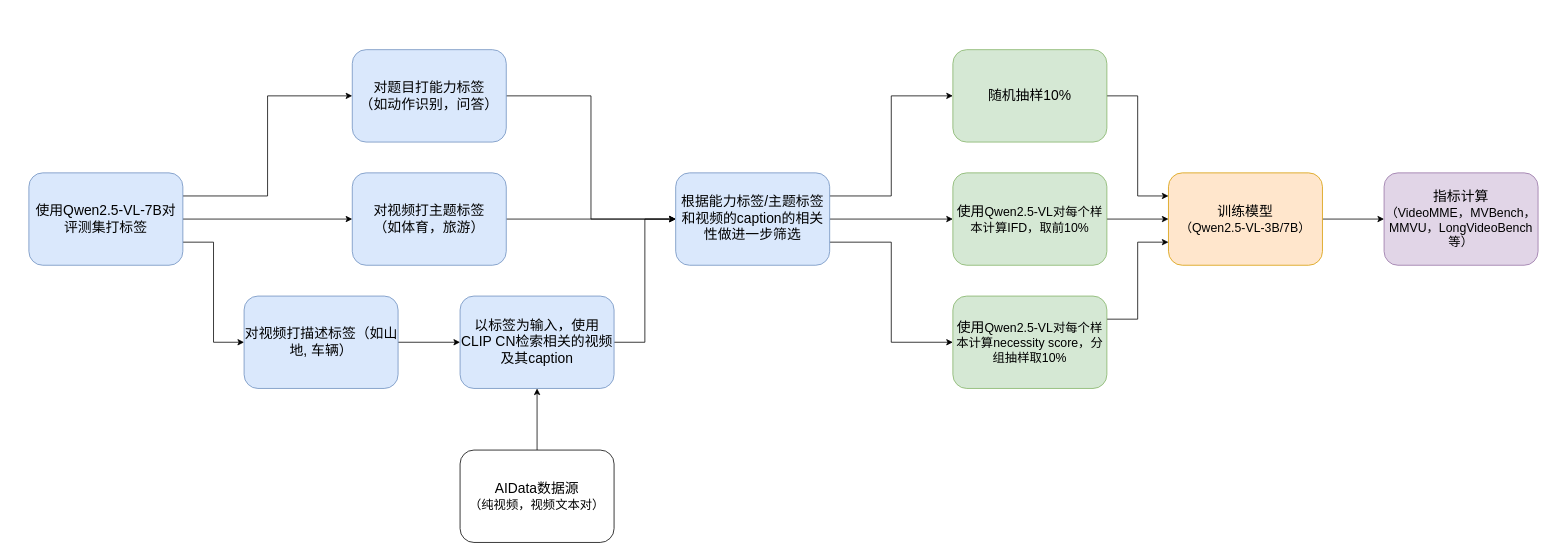
Earlier version of the draw.io diagram 大模型数据选择与训练评测流程.drawio (jiashenggu/ai_in_bio). Source tidied: cells renumbered, new cells numbered last; positions are measured from the earlier drawing's top-left corner, leaving out a move shared by most shapes. Both pictures are drawn from the tidied source at 77%, with x=0, y=0 at pixel (28, 49).
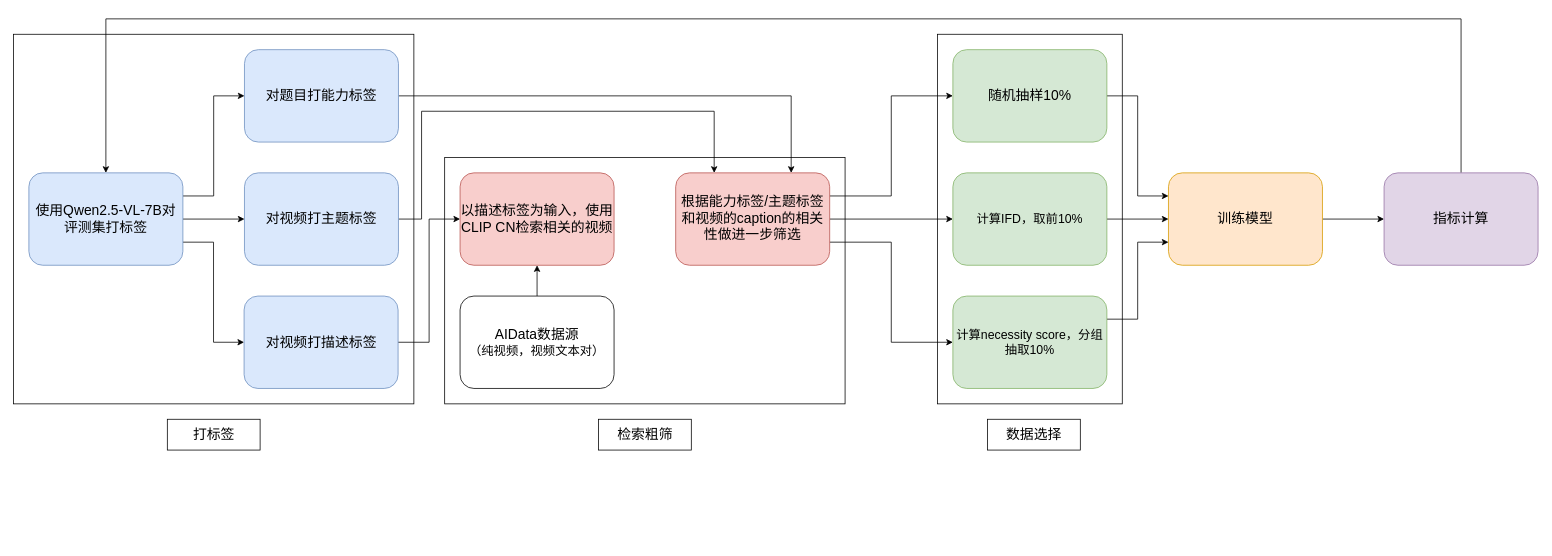
The same page after the edit.

Commit message:
更新大模型数据选择与训练评测流程.drawio

The change refers to these unchanged cells:
```xml
<mxCell id="22" value="&lt;font style=&quot;font-size: 18px;&quot;&gt;使用&lt;span style=&quot;color: light-dark(rgb(0, 0, 0), rgb(255, 255, 255)); background-color: transparent; text-align: left;&quot;&gt;Qwen2.5-VL-7B对评测集打标签&lt;/span&gt;&lt;/font&gt;" style="rounded=1;whiteSpace=wrap;html=1;fillColor=#dae8fc;strokeColor=#6c8ebf;" parent="1" vertex="1">
  <mxGeometry y="160" width="200" height="120" as="geometry" />
</mxCell>
```

What changed in the source:
```diff
@@
+    <mxCell id="29" style="rounded=0;whiteSpace=wrap;html=1;" parent="1" vertex="1">
+      <mxGeometry x="1180" y="-20" width="240" height="480" as="geometry" />
+    </mxCell>
+    <mxCell id="30" style="rounded=0;whiteSpace=wrap;html=1;" parent="1" vertex="1">
+      <mxGeometry x="540" y="140" width="520" height="320" as="geometry" />
+    </mxCell>
+    <mxCell id="31" style="rounded=0;whiteSpace=wrap;html=1;" parent="1" vertex="1">
+      <mxGeometry x="-20" y="-20" width="520" height="480" as="geometry" />
+    </mxCell>
@@
     <mxCell id="3" value="&lt;font style=&quot;font-size: 18px;&quot;&gt;AIData数据源&lt;/font&gt;&lt;div&gt;&lt;font size=&quot;3&quot;&gt;（纯视频，视频文本对）&lt;/font&gt;&lt;/div&gt;" style="rounded=1;whiteSpace=wrap;html=1;" parent="1" vertex="1">
-      <mxGeometry x="560" y="520" width="200" height="120" as="geometry" />
+      <mxGeometry x="560" y="320" width="200" height="120" as="geometry" />
     </mxCell>
@@
-    <mxCell id="5" value="&lt;span style=&quot;font-size: 18px;&quot;&gt;使用&lt;/span&gt;&lt;span style=&quot;font-size: medium;&quot;&gt;Qwen2.5-VL对每个样本计算IFD，取前10%&lt;/span&gt;" style="rounded=1;whiteSpace=wrap;html=1;fillColor=#d5e8d4;strokeColor=#82b366;" parent="1" vertex="1">
+    <mxCell id="5" value="&lt;span style=&quot;font-size: medium;&quot;&gt;计算IFD，取前10%&lt;/span&gt;" style="rounded=1;whiteSpace=wrap;html=1;fillColor=#d5e8d4;strokeColor=#82b366;" parent="1" vertex="1">
       <mxGeometry x="1200" y="160" width="200" height="120" as="geometry" />
     </mxCell>
@@
-    <mxCell id="7" value="&lt;font style=&quot;font-size: 18px;&quot;&gt;训练模型&lt;/font&gt;&lt;div&gt;&lt;font size=&quot;3&quot; style=&quot;&quot;&gt;（Qwen2.5-VL-3B/7B）&lt;/font&gt;&lt;/div&gt;" style="rounded=1;whiteSpace=wrap;html=1;fillColor=#ffe6cc;strokeColor=#d79b00;" parent="1" vertex="1">
+    <mxCell id="7" value="&lt;font style=&quot;font-size: 18px;&quot;&gt;训练模型&lt;/font&gt;" style="rounded=1;whiteSpace=wrap;html=1;fillColor=#ffe6cc;strokeColor=#d79b00;" parent="1" vertex="1">
       <mxGeometry x="1480" y="160" width="200" height="120" as="geometry" />
     </mxCell>
+    <mxCell id="32" style="edgeStyle=orthogonalEdgeStyle;rounded=0;jettySize=auto;html=1;entryX=0.5;entryY=0;entryDx=0;entryDy=0;exitX=0.5;exitY=0;exitDx=0;exitDy=0;" parent="1" edge="1" source="8" target="22">
+      <mxGeometry relative="1" as="geometry">
+        <Array as="points">
+          <mxPoint x="1860" y="-40" />
+          <mxPoint x="100" y="-40" />
+        </Array>
+      </mxGeometry>
+    </mxCell>
-    <mxCell id="8" value="&lt;font style=&quot;font-size: 18px;&quot;&gt;指标计算&lt;/font&gt;&lt;div&gt;&lt;font size=&quot;3&quot; style=&quot;&quot;&gt;（VideoMME，MVBench，MMVU，LongVideoBench等）&lt;/font&gt;&lt;/div&gt;" style="rounded=1;whiteSpace=wrap;html=1;fillColor=#e1d5e7;strokeColor=#9673a6;" parent="1" vertex="1">
+    <mxCell id="8" value="&lt;font style=&quot;font-size: 18px;&quot;&gt;指标计算&lt;/font&gt;" style="rounded=1;whiteSpace=wrap;html=1;fillColor=#e1d5e7;strokeColor=#9673a6;" parent="1" vertex="1">
       <mxGeometry x="1760" y="160" width="200" height="120" as="geometry" />
     </mxCell>
-    <mxCell id="9" style="edgeStyle=orthogonalEdgeStyle;rounded=0;jettySize=auto;html=1;entryX=0;entryY=0.5;entryDx=0;entryDy=0;" parent="1" edge="1" source="10" target="14">
-      <mxGeometry relative="1" as="geometry" />
-    </mxCell>
-    <mxCell id="10" value="&lt;div&gt;&lt;span style=&quot;font-size: 18px;&quot;&gt;以标签为输入，&lt;/span&gt;&lt;span style=&quot;font-size: 18px;&quot;&gt;使用CLIP CN检索相关的视频及其caption&lt;/span&gt;&lt;/div&gt;" style="rounded=1;whiteSpace=wrap;html=1;fillColor=#dae8fc;strokeColor=#6c8ebf;" parent="1" vertex="1">
-      <mxGeometry x="560" y="320" width="200" height="120" as="geometry" />
+    <mxCell id="10" value="&lt;div&gt;&lt;span style=&quot;font-size: 18px;&quot;&gt;以描述标签为输入，&lt;/span&gt;&lt;span style=&quot;font-size: 18px;&quot;&gt;使用CLIP CN检索相关的视频&lt;/span&gt;&lt;/div&gt;" style="rounded=1;whiteSpace=wrap;html=1;fillColor=#f8cecc;strokeColor=#b85450;" parent="1" vertex="1">
+      <mxGeometry x="560" y="160" width="200" height="120" as="geometry" />
     </mxCell>
@@
-    <mxCell id="14" value="&lt;span style=&quot;font-size: 18px;&quot;&gt;根据能力标签/主题标签和视频的caption的相关性做进一步筛选&lt;/span&gt;" style="rounded=1;whiteSpace=wrap;html=1;fillColor=#dae8fc;strokeColor=#6c8ebf;" parent="1" vertex="1">
+    <mxCell id="14" value="&lt;span style=&quot;font-size: 18px;&quot;&gt;根据能力标签/主题标签和视频的caption的相关性做进一步筛选&lt;/span&gt;" style="rounded=1;whiteSpace=wrap;html=1;fillColor=#f8cecc;strokeColor=#b85450;" parent="1" vertex="1">
       <mxGeometry x="840" y="160" width="200" height="120" as="geometry" />
     </mxCell>
@@
-    <mxCell id="16" value="&lt;span style=&quot;font-size: 18px;&quot;&gt;使用&lt;/span&gt;&lt;span style=&quot;font-size: medium;&quot;&gt;Qwen2.5-VL对每个样本计算necessity score，分组抽样取10%&lt;/span&gt;" style="rounded=1;whiteSpace=wrap;html=1;fillColor=#d5e8d4;strokeColor=#82b366;" parent="1" vertex="1">
+    <mxCell id="16" value="&lt;span style=&quot;font-size: medium;&quot;&gt;计算necessity score，分组抽取10%&lt;/span&gt;" style="rounded=1;whiteSpace=wrap;html=1;fillColor=#d5e8d4;strokeColor=#82b366;" parent="1" vertex="1">
       <mxGeometry x="1200" y="320" width="200" height="120" as="geometry" />
     </mxCell>
@@
-    <mxCell id="24" value="&lt;font style=&quot;font-size: 18px;&quot;&gt;对视频打&lt;span style=&quot;text-align: left; background-color: transparent; color: light-dark(rgb(0, 0, 0), rgb(255, 255, 255));&quot;&gt;描述标签（如山地, 车辆）&lt;/span&gt;&lt;/font&gt;" style="rounded=1;whiteSpace=wrap;html=1;fillColor=#dae8fc;strokeColor=#6c8ebf;" parent="1" vertex="1">
+    <mxCell id="24" value="&lt;font style=&quot;font-size: 18px;&quot;&gt;对视频打&lt;span style=&quot;text-align: left; background-color: transparent; color: light-dark(rgb(0, 0, 0), rgb(255, 255, 255));&quot;&gt;描述标签&lt;/span&gt;&lt;/font&gt;" style="rounded=1;whiteSpace=wrap;html=1;fillColor=#dae8fc;strokeColor=#6c8ebf;" parent="1" vertex="1">
       <mxGeometry x="279.5" y="320" width="200" height="120" as="geometry" />
     </mxCell>
-    <mxCell id="25" style="edgeStyle=orthogonalEdgeStyle;rounded=0;jettySize=auto;html=1;entryX=0;entryY=0.5;entryDx=0;entryDy=0;" parent="1" edge="1" source="26" target="14">
+    <mxCell id="25" style="edgeStyle=orthogonalEdgeStyle;rounded=0;jettySize=auto;html=1;entryX=0.75;entryY=0;entryDx=0;entryDy=0;" parent="1" edge="1" source="26" target="14">
       <mxGeometry relative="1" as="geometry" />
     </mxCell>
-    <mxCell id="26" value="&lt;span style=&quot;font-size: 18px;&quot;&gt;对题目打能力标签&lt;/span&gt;&lt;div&gt;&lt;span style=&quot;font-size: 18px;&quot;&gt;（如动作识别，问答）&lt;/span&gt;&lt;/div&gt;" style="rounded=1;whiteSpace=wrap;html=1;fillColor=#dae8fc;strokeColor=#6c8ebf;" parent="1" vertex="1">
-      <mxGeometry x="420" width="200" height="120" as="geometry" />
+    <mxCell id="26" value="&lt;span style=&quot;font-size: 18px;&quot;&gt;对题目打能力标签&lt;/span&gt;" style="rounded=1;whiteSpace=wrap;html=1;fillColor=#dae8fc;strokeColor=#6c8ebf;" parent="1" vertex="1">
+      <mxGeometry x="280" width="200" height="120" as="geometry" />
     </mxCell>
-    <mxCell id="27" style="edgeStyle=orthogonalEdgeStyle;rounded=0;jettySize=auto;html=1;entryX=0;entryY=0.5;entryDx=0;entryDy=0;" parent="1" edge="1" source="28" target="14">
-      <mxGeometry relative="1" as="geometry" />
+    <mxCell id="27" style="edgeStyle=orthogonalEdgeStyle;rounded=0;jettySize=auto;html=1;exitX=1;exitY=0.5;exitDx=0;exitDy=0;entryX=0.25;entryY=0;entryDx=0;entryDy=0;" parent="1" edge="1" source="28" target="14">
+      <mxGeometry relative="1" as="geometry">
+        <Array as="points">
+          <mxPoint x="510" y="220" />
+          <mxPoint x="510" y="80" />
+          <mxPoint x="890" y="80" />
+        </Array>
+      </mxGeometry>
     </mxCell>
-    <mxCell id="28" value="&lt;span style=&quot;font-size: 18px;&quot;&gt;对视频打主题标签&lt;/span&gt;&lt;div&gt;&lt;span style=&quot;font-size: 18px;&quot;&gt;（如体育，旅游）&lt;/span&gt;&lt;/div&gt;" style="rounded=1;whiteSpace=wrap;html=1;fillColor=#dae8fc;strokeColor=#6c8ebf;" parent="1" vertex="1">
-      <mxGeometry x="420" y="160" width="200" height="120" as="geometry" />
+    <mxCell id="28" value="&lt;span style=&quot;font-size: 18px;&quot;&gt;对视频打主题标签&lt;/span&gt;" style="rounded=1;whiteSpace=wrap;html=1;fillColor=#dae8fc;strokeColor=#6c8ebf;" parent="1" vertex="1">
+      <mxGeometry x="280" y="160" width="200" height="120" as="geometry" />
     </mxCell>
+    <mxCell id="33" value="&lt;font style=&quot;font-size: 18px;&quot;&gt;打标签&lt;/font&gt;" style="rounded=0;whiteSpace=wrap;html=1;" parent="1" vertex="1">
+      <mxGeometry x="179.8" y="480" width="120.5" height="40" as="geometry" />
+    </mxCell>
+    <mxCell id="34" value="&lt;font style=&quot;font-size: 18px;&quot;&gt;检索粗筛&lt;/font&gt;" style="rounded=0;whiteSpace=wrap;html=1;" parent="1" vertex="1">
+      <mxGeometry x="739.8" y="480" width="120.5" height="40" as="geometry" />
+    </mxCell>
+    <mxCell id="35" value="&lt;font style=&quot;font-size: 18px;&quot;&gt;数据选择&lt;/font&gt;" style="rounded=0;whiteSpace=wrap;html=1;" parent="1" vertex="1">
+      <mxGeometry x="1245" y="480" width="120.5" height="40" as="geometry" />
+    </mxCell>
```
